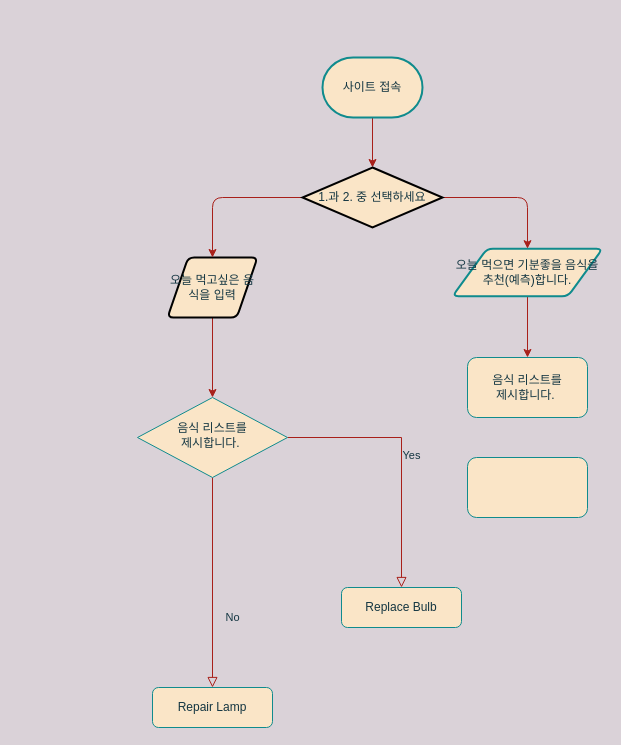
The draw.io diagram Untitled Diagram.drawio in OwlStanding/owl1, before the edit. Source tidied: cells renumbered, new cells numbered last; positions are measured from the earlier drawing's top-left corner, leaving out a move shared by most shapes. Both pictures are drawn from the tidied source at 100%, with x=0, y=0 at pixel (137, 57).
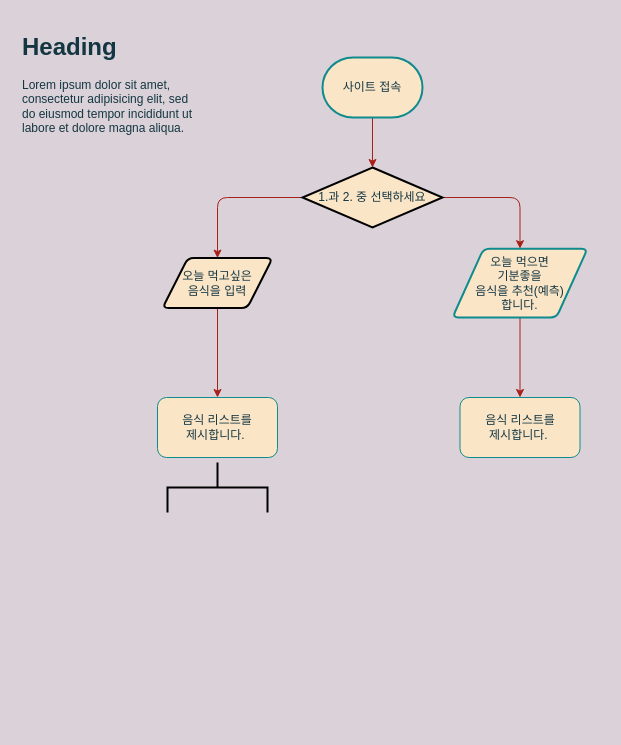
After the change.

Change to the diagram source:
```diff
@@
 <mxGraphModel background="#DAD2D8">
   <root>
     <mxCell id="0" />
     <mxCell id="1" parent="0" />
-    <mxCell id="2" value="No" style="rounded=0;html=1;jettySize=auto;fontSize=11;endArrow=block;endFill=0;endSize=8;strokeWidth=1;shadow=0;labelBackgroundColor=none;edgeStyle=orthogonalEdgeStyle;strokeColor=#A8201A;fontColor=#143642;" parent="1" edge="1" source="4" target="5">
-      <mxGeometry x="0.33" y="20" relative="1" as="geometry" />
-    </mxCell>
-    <mxCell id="3" value="Yes" style="edgeStyle=orthogonalEdgeStyle;rounded=0;html=1;jettySize=auto;fontSize=11;endArrow=block;endFill=0;endSize=8;strokeWidth=1;shadow=0;labelBackgroundColor=none;strokeColor=#A8201A;fontColor=#143642;" parent="1" edge="1" source="4" target="6">
-      <mxGeometry y="10" relative="1" as="geometry" />
-    </mxCell>
-    <mxCell id="4" value="음식 리스트를&lt;br&gt;제시합니다.&amp;nbsp;" style="rhombus;whiteSpace=wrap;html=1;shadow=0;fontFamily=Helvetica;fontSize=12;align=center;strokeWidth=1;spacing=6;spacingTop=-4;fillColor=#FAE5C7;strokeColor=#0F8B8D;fontColor=#143642;" parent="1" vertex="1">
-      <mxGeometry y="340" width="150" height="80" as="geometry" />
-    </mxCell>
-    <mxCell id="5" value="Repair Lamp" style="rounded=1;whiteSpace=wrap;html=1;fontSize=12;glass=0;strokeWidth=1;shadow=0;fillColor=#FAE5C7;strokeColor=#0F8B8D;fontColor=#143642;" parent="1" vertex="1">
-      <mxGeometry x="15" y="630" width="120" height="40" as="geometry" />
-    </mxCell>
-    <mxCell id="6" value="Replace Bulb" style="rounded=1;whiteSpace=wrap;html=1;fontSize=12;glass=0;strokeWidth=1;shadow=0;fillColor=#FAE5C7;strokeColor=#0F8B8D;fontColor=#143642;" parent="1" vertex="1">
-      <mxGeometry x="204" y="530" width="120" height="40" as="geometry" />
-    </mxCell>
     <mxCell id="7" value="&lt;span&gt;음식 리스트를&lt;/span&gt;&lt;br&gt;&lt;span&gt;제시합니다.&amp;nbsp;&lt;/span&gt;" style="rounded=1;whiteSpace=wrap;html=1;fillColor=#FAE5C7;strokeColor=#0F8B8D;fontColor=#143642;" parent="1" vertex="1">
-      <mxGeometry x="330" y="300" width="120" height="60" as="geometry" />
+      <mxGeometry x="322.5" y="340" width="120" height="60" as="geometry" />
     </mxCell>
-    <mxCell id="8" style="rounded=1;whiteSpace=wrap;html=1;fillColor=#FAE5C7;strokeColor=#0F8B8D;fontColor=#143642;" parent="1" vertex="1">
-      <mxGeometry x="330" y="400" width="120" height="60" as="geometry" />
-    </mxCell>
     <mxCell id="9" style="edgeStyle=orthogonalEdgeStyle;curved=0;rounded=1;sketch=0;jettySize=auto;html=1;strokeColor=#A8201A;fillColor=#FAE5C7;fontColor=#143642;labelBackgroundColor=#DAD2D8;" parent="1" edge="1" source="10" target="7">
       <mxGeometry relative="1" as="geometry" />
     </mxCell>
-    <mxCell id="10" value="&lt;span&gt;오늘 먹으면 기분좋을 음식을 추천(예측)합니다.&lt;/span&gt;" style="shape=parallelogram;html=1;strokeWidth=2;perimeter=parallelogramPerimeter;whiteSpace=wrap;rounded=1;arcSize=12;size=0.23;sketch=0;fillColor=#FAE5C7;fontColor=#143642;strokeColor=#0F8B8D;" parent="1" vertex="1">
-      <mxGeometry x="315" y="191.2" width="150" height="47.5" as="geometry" />
+    <mxCell id="10" value="&lt;span&gt;오늘 먹으면 &lt;br&gt;기분좋을 &lt;br&gt;음식을 추천(예측)&lt;br&gt;합니다.&lt;/span&gt;" style="shape=parallelogram;html=1;strokeWidth=2;perimeter=parallelogramPerimeter;whiteSpace=wrap;rounded=1;arcSize=12;size=0.23;sketch=0;fillColor=#FAE5C7;fontColor=#143642;strokeColor=#0F8B8D;" parent="1" vertex="1">
+      <mxGeometry x="315" y="191.2" width="135" height="68.8" as="geometry" />
     </mxCell>
     <mxCell id="11" style="edgeStyle=orthogonalEdgeStyle;curved=0;rounded=1;sketch=0;jettySize=auto;html=1;strokeColor=#A8201A;fillColor=#FAE5C7;fontColor=#143642;" parent="1" edge="1" source="12" target="17">
       <mxGeometry relative="1" as="geometry" />
     </mxCell>
     <mxCell id="12" value="사이트 접속" style="strokeWidth=2;html=1;shape=mxgraph.flowchart.terminator;whiteSpace=wrap;rounded=0;sketch=0;fillColor=#FAE5C7;fontColor=#143642;strokeColor=#0F8B8D;" parent="1" vertex="1">
       <mxGeometry x="185" width="100" height="60" as="geometry" />
     </mxCell>
     <mxCell id="13" style="edgeStyle=orthogonalEdgeStyle;curved=0;rounded=1;sketch=0;jettySize=auto;html=1;strokeColor=#A8201A;fillColor=#FAE5C7;fontColor=#143642;" parent="1" edge="1" source="14" target="4">
       <mxGeometry relative="1" as="geometry" />
     </mxCell>
-    <mxCell id="14" value="오늘 먹고싶은 음식을 입력" style="shape=parallelogram;html=1;strokeWidth=2;perimeter=parallelogramPerimeter;whiteSpace=wrap;rounded=1;arcSize=12;size=0.23;sketch=0;fillColor=#FAE5C7;fontColor=#143642;" parent="1" vertex="1">
-      <mxGeometry x="30" y="200" width="90" height="60" as="geometry" />
+    <mxCell id="14" value="오늘 먹고싶은&lt;br&gt;음식을 입력" style="shape=parallelogram;html=1;strokeWidth=2;perimeter=parallelogramPerimeter;whiteSpace=wrap;rounded=1;arcSize=12;size=0.23;sketch=0;fillColor=#FAE5C7;fontColor=#143642;" parent="1" vertex="1">
+      <mxGeometry x="25" y="200.6" width="110" height="50" as="geometry" />
     </mxCell>
     <mxCell id="15" style="edgeStyle=orthogonalEdgeStyle;curved=0;rounded=1;sketch=0;jettySize=auto;html=1;exitX=0;exitY=0.5;exitDx=0;exitDy=0;exitPerimeter=0;strokeColor=#A8201A;fillColor=#FAE5C7;fontColor=#143642;" parent="1" edge="1" source="17" target="14">
       <mxGeometry relative="1" as="geometry" />
     </mxCell>
     <mxCell id="16" style="edgeStyle=orthogonalEdgeStyle;curved=0;rounded=1;sketch=0;jettySize=auto;html=1;exitX=1;exitY=0.5;exitDx=0;exitDy=0;exitPerimeter=0;strokeColor=#A8201A;fillColor=#FAE5C7;fontColor=#143642;" parent="1" edge="1" source="17" target="10">
       <mxGeometry relative="1" as="geometry" />
     </mxCell>
     <mxCell id="17" value="1.과 2. 중 선택하세요" style="strokeWidth=2;html=1;shape=mxgraph.flowchart.decision;whiteSpace=wrap;rounded=0;sketch=0;fillColor=#FAE5C7;fontColor=#143642;" parent="1" vertex="1">
       <mxGeometry x="165" y="110" width="140" height="60" as="geometry" />
     </mxCell>
+    <mxCell id="4" value="&lt;span&gt;음식 리스트를&lt;/span&gt;&lt;br&gt;&lt;span&gt;제시합니다.&amp;nbsp;&lt;/span&gt;" style="rounded=1;whiteSpace=wrap;html=1;fillColor=#FAE5C7;strokeColor=#0F8B8D;fontColor=#143642;" parent="1" vertex="1">
+      <mxGeometry x="20" y="340" width="120" height="60" as="geometry" />
+    </mxCell>
+    <mxCell id="18" style="strokeWidth=2;html=1;shape=mxgraph.flowchart.annotation_2;align=left;labelPosition=right;rounded=0;sketch=0;fillColor=#FAE5C7;fontColor=#143642;rotation=90;" parent="1" vertex="1">
+      <mxGeometry x="55" y="380" width="50" height="100" as="geometry" />
+    </mxCell>
+    <mxCell id="19" value="&lt;h1&gt;Heading&lt;/h1&gt;&lt;p&gt;Lorem ipsum dolor sit amet, consectetur adipisicing elit, sed do eiusmod tempor incididunt ut labore et dolore magna aliqua.&lt;/p&gt;" style="text;html=1;strokeColor=none;fillColor=none;spacing=5;spacingTop=-20;whiteSpace=wrap;overflow=hidden;rounded=0;sketch=0;fontColor=#143642;" parent="1" vertex="1">
+      <mxGeometry x="-120" y="-30" width="190" height="120" as="geometry" />
+    </mxCell>
   </root>
 </mxGraphModel>
```
